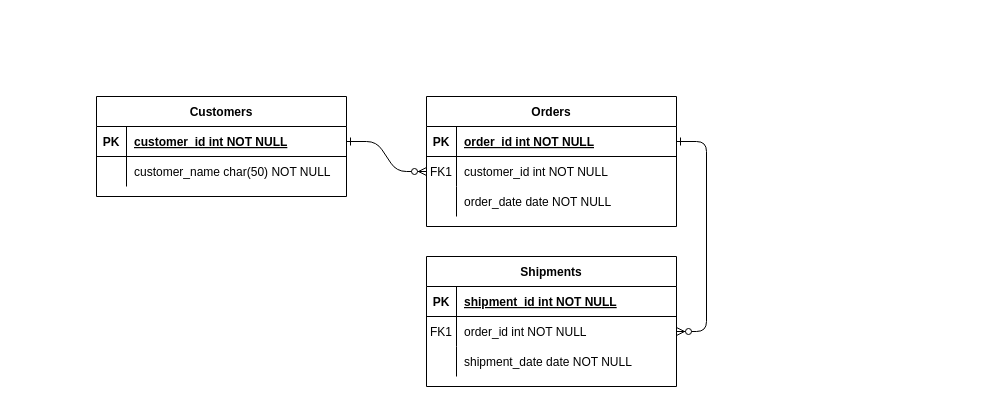
The draw.io diagram diagram_database_course_manager_system.drawio in JonazOliveira/course-manager-system, before the edit. Source tidied: cells renumbered, new cells numbered last; positions are measured from the earlier drawing's top-left corner, leaving out a move shared by most shapes. Both pictures are drawn from the tidied source at 100%, with x=0, y=0 at pixel (96, 96).
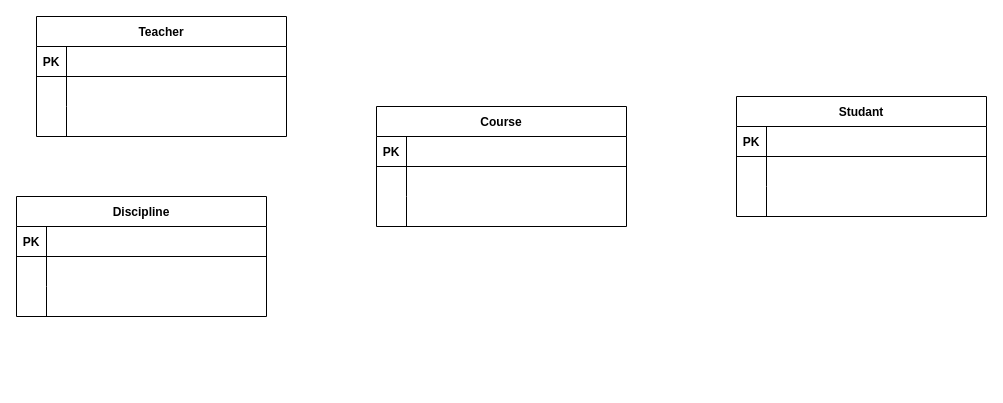
The same page after the edit.

The change refers to these unchanged cells:
```xml
<mxCell id="5" style="shape=partialRectangle;fillColor=none;points=[[0,0.5],[1,0.5]];portConstraint=eastwest;top=0;left=0;right=0;bottom=1;" parent="4" vertex="1">
  <mxGeometry y="30" width="250" height="30" as="geometry" />
</mxCell>
<mxCell id="8" style="shape=partialRectangle;fillColor=none;points=[[0,0.5],[1,0.5]];portConstraint=eastwest;top=0;left=0;right=0;bottom=0;" parent="4" vertex="1">
  <mxGeometry y="60" width="250" height="30" as="geometry" />
</mxCell>
<mxCell id="11" style="shape=partialRectangle;fillColor=none;top=0;left=0;right=0;bottom=0;" parent="4" vertex="1">
  <mxGeometry y="90" width="250" height="30" as="geometry" />
</mxCell>
<mxCell id="15" style="shape=partialRectangle;fillColor=none;top=0;left=0;right=0;bottom=1;" parent="14" vertex="1">
  <mxGeometry y="30" width="250" height="30" as="geometry" />
</mxCell>
<mxCell id="18" style="shape=partialRectangle;fillColor=none;points=[[0,0.5],[1,0.5]];portConstraint=eastwest;top=0;left=0;right=0;bottom=0;" parent="14" vertex="1">
  <mxGeometry y="60" width="250" height="30" as="geometry" />
</mxCell>
<mxCell id="21" style="shape=partialRectangle;fillColor=none;top=0;left=0;right=0;bottom=0;" parent="14" vertex="1">
  <mxGeometry y="90" width="250" height="30" as="geometry" />
</mxCell>
<mxCell id="25" style="shape=partialRectangle;fillColor=none;points=[[0,0.5],[1,0.5]];portConstraint=eastwest;top=0;left=0;right=0;bottom=1;" parent="24" vertex="1">
  <mxGeometry y="30" width="250" height="30" as="geometry" />
</mxCell>
<mxCell id="28" style="shape=partialRectangle;fillColor=none;top=0;left=0;right=0;bottom=0;" parent="24" vertex="1">
  <mxGeometry y="60" width="250" height="30" as="geometry" />
</mxCell>
```

The edit, as a diff of the source:
```diff
@@
-    <mxCell id="2" style="edgeStyle=entityRelationEdgeStyle;endArrow=ERzeroToMany;startArrow=ERone;endFill=1;startFill=0;" parent="1" edge="1" source="25" target="8">
-      <mxGeometry relative="1" as="geometry" />
-    </mxCell>
-    <mxCell id="3" style="edgeStyle=entityRelationEdgeStyle;endArrow=ERzeroToMany;startArrow=ERone;endFill=1;startFill=0;" parent="1" edge="1" source="5" target="18">
-      <mxGeometry relative="1" as="geometry" />
-    </mxCell>
-    <mxCell id="4" value="Orders" style="shape=table;startSize=30;childLayout=tableLayout;rowLines=0;fontStyle=1;align=center;" parent="1" vertex="1">
-      <mxGeometry x="330" width="250" height="130" as="geometry" />
+    <mxCell id="4" value="Course" style="shape=table;startSize=30;childLayout=tableLayout;rowLines=0;fontStyle=1;align=center;" parent="1" vertex="1">
+      <mxGeometry x="280" y="10" width="250" height="120" as="geometry" />
     </mxCell>
@@
-    <mxCell id="7" value="order_id int NOT NULL " style="shape=partialRectangle;overflow=hidden;fillColor=none;top=0;left=0;bottom=0;right=0;align=left;spacingLeft=6;fontStyle=5;" parent="5" vertex="1">
+    <mxCell id="7" style="shape=partialRectangle;overflow=hidden;fillColor=none;top=0;left=0;bottom=0;right=0;align=left;spacingLeft=6;fontStyle=5;" parent="5" vertex="1">
       <mxGeometry x="30" width="220" height="30" as="geometry" />
     </mxCell>
@@
-    <mxCell id="9" value="FK1" style="shape=partialRectangle;overflow=hidden;fillColor=none;top=0;left=0;bottom=0;right=0;" parent="8" vertex="1">
+    <mxCell id="9" style="shape=partialRectangle;overflow=hidden;fillColor=none;top=0;left=0;bottom=0;right=0;" parent="8" vertex="1">
       <mxGeometry width="30" height="30" as="geometry" />
     </mxCell>
-    <mxCell id="10" value="customer_id int NOT NULL" style="shape=partialRectangle;overflow=hidden;fillColor=none;top=0;left=0;bottom=0;right=0;align=left;spacingLeft=6;" parent="8" vertex="1">
+    <mxCell id="10" style="shape=partialRectangle;overflow=hidden;fillColor=none;top=0;left=0;bottom=0;right=0;align=left;spacingLeft=6;" parent="8" vertex="1">
       <mxGeometry x="30" width="220" height="30" as="geometry" />
     </mxCell>
@@
-    <mxCell id="13" value="order_date date NOT NULL" style="shape=partialRectangle;overflow=hidden;fillColor=none;top=0;left=0;bottom=0;right=0;align=left;spacingLeft=6;" parent="11" vertex="1">
+    <mxCell id="13" style="shape=partialRectangle;overflow=hidden;fillColor=none;top=0;left=0;bottom=0;right=0;align=left;spacingLeft=6;" parent="11" vertex="1">
       <mxGeometry x="30" width="220" height="30" as="geometry" />
     </mxCell>
-    <mxCell id="14" value="Shipments" style="shape=table;startSize=30;childLayout=tableLayout;rowLines=0;fontStyle=1;align=center;" parent="1" vertex="1">
-      <mxGeometry x="330" y="160" width="250" height="130" as="geometry" />
+    <mxCell id="14" value="Teacher" style="shape=table;startSize=30;childLayout=tableLayout;rowLines=0;fontStyle=1;align=center;" parent="1" vertex="1">
+      <mxGeometry x="-60" y="-80" width="250" height="120" as="geometry" />
     </mxCell>
@@
-    <mxCell id="17" value="shipment_id int NOT NULL " style="shape=partialRectangle;overflow=hidden;fillColor=none;top=0;left=0;bottom=0;right=0;align=left;spacingLeft=6;fontStyle=5;" parent="15" vertex="1">
+    <mxCell id="17" style="shape=partialRectangle;overflow=hidden;fillColor=none;top=0;left=0;bottom=0;right=0;align=left;spacingLeft=6;fontStyle=5;" parent="15" vertex="1">
       <mxGeometry x="30" width="220" height="30" as="geometry" />
     </mxCell>
@@
-    <mxCell id="19" value="FK1" style="shape=partialRectangle;overflow=hidden;fillColor=none;top=0;left=0;bottom=0;right=0;" parent="18" vertex="1">
+    <mxCell id="19" style="shape=partialRectangle;overflow=hidden;fillColor=none;top=0;left=0;bottom=0;right=0;" parent="18" vertex="1">
       <mxGeometry width="30" height="30" as="geometry" />
     </mxCell>
-    <mxCell id="20" value="order_id int NOT NULL" style="shape=partialRectangle;overflow=hidden;fillColor=none;top=0;left=0;bottom=0;right=0;align=left;spacingLeft=6;" parent="18" vertex="1">
+    <mxCell id="20" style="shape=partialRectangle;overflow=hidden;fillColor=none;top=0;left=0;bottom=0;right=0;align=left;spacingLeft=6;" parent="18" vertex="1">
       <mxGeometry x="30" width="220" height="30" as="geometry" />
     </mxCell>
@@
-    <mxCell id="23" value="shipment_date date NOT NULL" style="shape=partialRectangle;overflow=hidden;fillColor=none;top=0;left=0;bottom=0;right=0;align=left;spacingLeft=6;" parent="21" vertex="1">
+    <mxCell id="23" style="shape=partialRectangle;overflow=hidden;fillColor=none;top=0;left=0;bottom=0;right=0;align=left;spacingLeft=6;" parent="21" vertex="1">
       <mxGeometry x="30" width="220" height="30" as="geometry" />
     </mxCell>
-    <mxCell id="24" value="Customers" style="shape=table;startSize=30;childLayout=tableLayout;rowLines=0;fontStyle=1;align=center;" parent="1" vertex="1">
-      <mxGeometry width="250" height="100" as="geometry" />
+    <mxCell id="24" value="Studant" style="shape=table;startSize=30;childLayout=tableLayout;rowLines=0;fontStyle=1;align=center;" parent="1" vertex="1">
+      <mxGeometry x="640" width="250" height="120" as="geometry" />
     </mxCell>
@@
-    <mxCell id="27" value="customer_id int NOT NULL " style="shape=partialRectangle;overflow=hidden;fillColor=none;top=0;left=0;bottom=0;right=0;align=left;spacingLeft=6;fontStyle=5;" parent="25" vertex="1">
+    <mxCell id="27" style="shape=partialRectangle;overflow=hidden;fillColor=none;top=0;left=0;bottom=0;right=0;align=left;spacingLeft=6;fontStyle=5;" parent="25" vertex="1">
       <mxGeometry x="30" width="220" height="30" as="geometry" />
     </mxCell>
@@
-    <mxCell id="30" value="customer_name char(50) NOT NULL" style="shape=partialRectangle;overflow=hidden;fillColor=none;top=0;left=0;bottom=0;right=0;align=left;spacingLeft=6;" parent="28" vertex="1">
+    <mxCell id="30" style="shape=partialRectangle;overflow=hidden;fillColor=none;top=0;left=0;bottom=0;right=0;align=left;spacingLeft=6;" parent="28" vertex="1">
       <mxGeometry x="30" width="220" height="30" as="geometry" />
     </mxCell>
+    <mxCell id="31" style="shape=partialRectangle;fillColor=none;top=0;left=0;right=0;bottom=0;" parent="24" vertex="1">
+      <mxGeometry y="90" width="250" height="30" as="geometry" />
+    </mxCell>
+    <mxCell id="32" style="shape=partialRectangle;overflow=hidden;fillColor=none;top=0;left=0;bottom=0;right=0;" parent="31" vertex="1">
+      <mxGeometry width="30" height="30" as="geometry" />
+    </mxCell>
+    <mxCell id="33" style="shape=partialRectangle;overflow=hidden;fillColor=none;top=0;left=0;bottom=0;right=0;align=left;spacingLeft=6;" parent="31" vertex="1">
+      <mxGeometry x="30" width="220" height="30" as="geometry" />
+    </mxCell>
+    <mxCell id="34" value="Discipline" style="shape=table;startSize=30;childLayout=tableLayout;rowLines=0;fontStyle=1;align=center;" parent="1" vertex="1">
+      <mxGeometry x="-80" y="100" width="250" height="120" as="geometry" />
+    </mxCell>
+    <mxCell id="35" style="shape=partialRectangle;fillColor=none;top=0;left=0;right=0;bottom=1;" parent="34" vertex="1">
+      <mxGeometry y="30" width="250" height="30" as="geometry" />
+    </mxCell>
+    <mxCell id="36" value="PK" style="shape=partialRectangle;overflow=hidden;fillColor=none;top=0;left=0;bottom=0;right=0;fontStyle=1;" parent="35" vertex="1">
+      <mxGeometry width="30" height="30" as="geometry" />
+    </mxCell>
+    <mxCell id="37" style="shape=partialRectangle;overflow=hidden;fillColor=none;top=0;left=0;bottom=0;right=0;align=left;spacingLeft=6;fontStyle=5;" parent="35" vertex="1">
+      <mxGeometry x="30" width="220" height="30" as="geometry" />
+    </mxCell>
+    <mxCell id="38" style="shape=partialRectangle;fillColor=none;top=0;left=0;right=0;bottom=0;" parent="34" vertex="1">
+      <mxGeometry y="60" width="250" height="30" as="geometry" />
+    </mxCell>
+    <mxCell id="39" style="shape=partialRectangle;overflow=hidden;fillColor=none;top=0;left=0;bottom=0;right=0;" parent="38" vertex="1">
+      <mxGeometry width="30" height="30" as="geometry" />
+    </mxCell>
+    <mxCell id="40" style="shape=partialRectangle;overflow=hidden;fillColor=none;top=0;left=0;bottom=0;right=0;align=left;spacingLeft=6;" parent="38" vertex="1">
+      <mxGeometry x="30" width="220" height="30" as="geometry" />
+    </mxCell>
+    <mxCell id="41" style="shape=partialRectangle;fillColor=none;top=0;left=0;right=0;bottom=0;" parent="34" vertex="1">
+      <mxGeometry y="90" width="250" height="30" as="geometry" />
+    </mxCell>
+    <mxCell id="42" style="shape=partialRectangle;overflow=hidden;fillColor=none;top=0;left=0;bottom=0;right=0;" parent="41" vertex="1">
+      <mxGeometry width="30" height="30" as="geometry" />
+    </mxCell>
+    <mxCell id="43" style="shape=partialRectangle;overflow=hidden;fillColor=none;top=0;left=0;bottom=0;right=0;align=left;spacingLeft=6;" parent="41" vertex="1">
+      <mxGeometry x="30" width="220" height="30" as="geometry" />
+    </mxCell>
```
